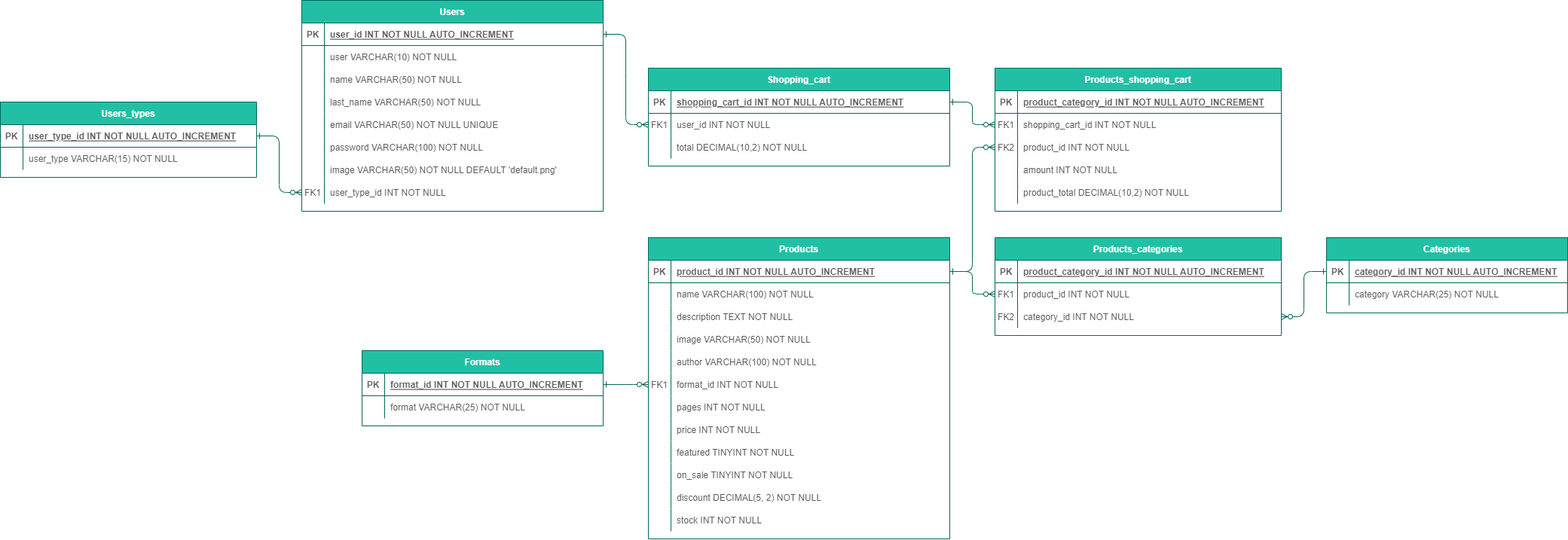
Before: database/ERDiagram.png, a diagram exported from draw.io (mariecp27/grupo_8_ComicVSManga). Source tidied: cells renumbered, new cells last; positions are measured from the earlier drawing's top-left corner, leaving out a move shared by most shapes.
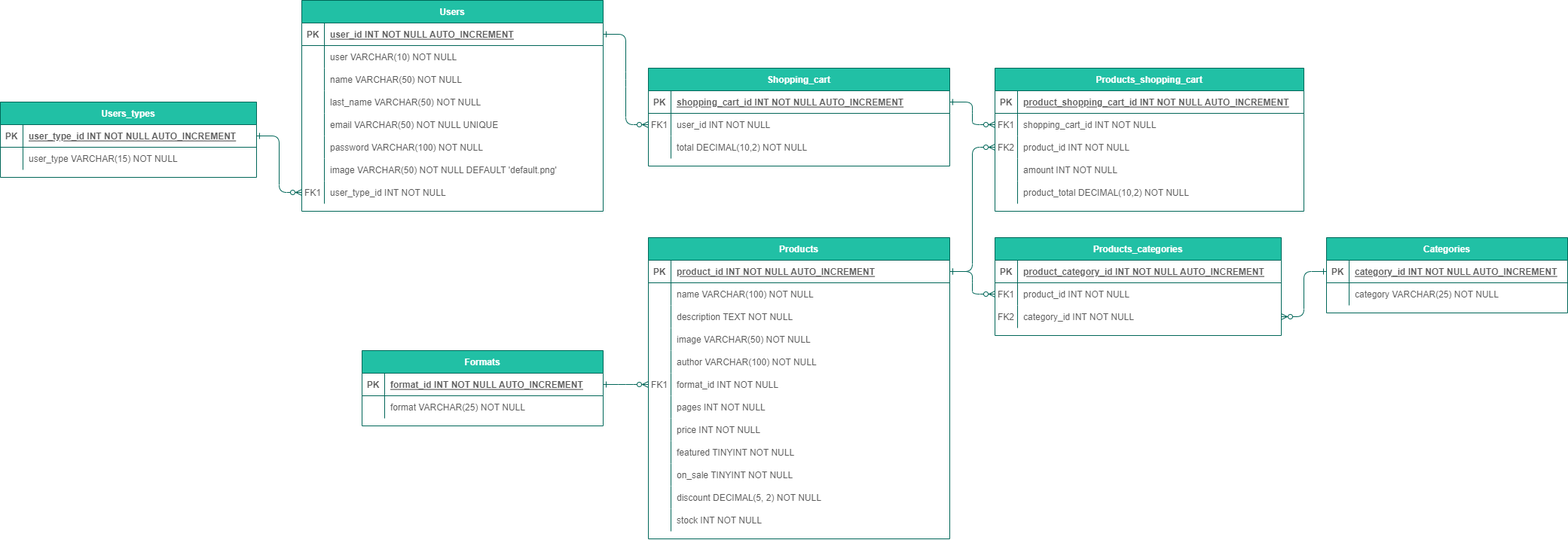
After the change.

Diff of the diagram source:
```diff
@@ -324,52 +324,52 @@
       <mxGeometry x="30" width="370" height="30" as="geometry" />
     </mxCell>
     <mxCell id="109" value="Products_shopping_cart" style="shape=table;startSize=30;rowLines=0;fontStyle=1;align=center;fillColor=#21C0A5;strokeColor=#006658;fontColor=#FFFFFF;" parent="1" vertex="1">
-      <mxGeometry x="1320" y="90" width="380" height="190" as="geometry" />
+      <mxGeometry x="1320" y="90" width="410" height="190" as="geometry" />
     </mxCell>
     <mxCell id="110" style="shape=partialRectangle;fillColor=none;top=0;left=0;right=0;bottom=1;strokeColor=#006658;fontColor=#5C5C5C;" parent="109" vertex="1">
-      <mxGeometry y="30" width="380" height="30" as="geometry" />
+      <mxGeometry y="30" width="410" height="30" as="geometry" />
     </mxCell>
     <mxCell id="111" value="PK" style="shape=partialRectangle;overflow=hidden;fillColor=none;top=0;left=0;bottom=0;right=0;fontStyle=1;strokeColor=#006658;fontColor=#5C5C5C;" parent="110" vertex="1">
       <mxGeometry width="30" height="30" as="geometry" />
     </mxCell>
-    <mxCell id="112" value="product_category_id INT NOT NULL AUTO_INCREMENT" style="shape=partialRectangle;overflow=hidden;fillColor=none;top=0;left=0;bottom=0;right=0;align=left;spacingLeft=6;fontStyle=5;strokeColor=#006658;fontColor=#5C5C5C;" parent="110" vertex="1">
-      <mxGeometry x="30" width="350" height="30" as="geometry" />
+    <mxCell id="112" value="product_shopping_cart_id INT NOT NULL AUTO_INCREMENT" style="shape=partialRectangle;overflow=hidden;fillColor=none;top=0;left=0;bottom=0;right=0;align=left;spacingLeft=6;fontStyle=5;strokeColor=#006658;fontColor=#5C5C5C;" parent="110" vertex="1">
+      <mxGeometry x="30" width="380" height="30" as="geometry" />
     </mxCell>
     <mxCell id="113" style="shape=partialRectangle;fillColor=none;points=[[0,0.5],[1,0.5]];portConstraint=eastwest;top=0;left=0;right=0;bottom=0;strokeColor=#006658;fontColor=#5C5C5C;" parent="109" vertex="1">
-      <mxGeometry y="60" width="380" height="30" as="geometry" />
+      <mxGeometry y="60" width="410" height="30" as="geometry" />
     </mxCell>
     <mxCell id="114" value="FK1" style="shape=partialRectangle;overflow=hidden;fillColor=none;top=0;left=0;bottom=0;right=0;strokeColor=#006658;fontColor=#5C5C5C;" parent="113" vertex="1">
       <mxGeometry width="30" height="30" as="geometry" />
     </mxCell>
     <mxCell id="115" value="shopping_cart_id INT NOT NULL" style="shape=partialRectangle;overflow=hidden;fillColor=none;top=0;left=0;bottom=0;right=0;align=left;spacingLeft=6;strokeColor=#006658;fontColor=#5C5C5C;" parent="113" vertex="1">
-      <mxGeometry x="30" width="350" height="30" as="geometry" />
+      <mxGeometry x="30" width="380" height="30" as="geometry" />
     </mxCell>
     <mxCell id="116" style="shape=partialRectangle;fillColor=none;points=[[0,0.5],[1,0.5]];portConstraint=eastwest;top=0;left=0;right=0;bottom=0;strokeColor=#006658;fontColor=#5C5C5C;" parent="109" vertex="1">
-      <mxGeometry y="90" width="380" height="30" as="geometry" />
+      <mxGeometry y="90" width="410" height="30" as="geometry" />
     </mxCell>
     <mxCell id="117" value="FK2" style="shape=partialRectangle;overflow=hidden;fillColor=none;top=0;left=0;bottom=0;right=0;strokeColor=#006658;fontColor=#5C5C5C;" parent="116" vertex="1">
       <mxGeometry width="30" height="30" as="geometry" />
     </mxCell>
     <mxCell id="118" value="product_id INT NOT NULL" style="shape=partialRectangle;overflow=hidden;fillColor=none;top=0;left=0;bottom=0;right=0;align=left;spacingLeft=6;strokeColor=#006658;fontColor=#5C5C5C;" parent="116" vertex="1">
-      <mxGeometry x="30" width="350" height="30" as="geometry" />
+      <mxGeometry x="30" width="380" height="30" as="geometry" />
     </mxCell>
     <mxCell id="119" style="shape=partialRectangle;fillColor=none;top=0;left=0;right=0;bottom=0;strokeColor=#006658;fontColor=#5C5C5C;" parent="109" vertex="1">
-      <mxGeometry y="120" width="380" height="30" as="geometry" />
+      <mxGeometry y="120" width="410" height="30" as="geometry" />
     </mxCell>
     <mxCell id="120" style="shape=partialRectangle;overflow=hidden;fillColor=none;top=0;left=0;bottom=0;right=0;strokeColor=#006658;fontColor=#5C5C5C;" parent="119" vertex="1">
       <mxGeometry width="30" height="30" as="geometry" />
     </mxCell>
     <mxCell id="121" value="amount INT NOT NULL" style="shape=partialRectangle;overflow=hidden;fillColor=none;top=0;left=0;bottom=0;right=0;align=left;spacingLeft=6;strokeColor=#006658;fontColor=#5C5C5C;" parent="119" vertex="1">
-      <mxGeometry x="30" width="350" height="30" as="geometry" />
+      <mxGeometry x="30" width="380" height="30" as="geometry" />
     </mxCell>
     <mxCell id="122" style="shape=partialRectangle;fillColor=none;top=0;left=0;right=0;bottom=0;strokeColor=#006658;fontColor=#5C5C5C;" parent="109" vertex="1">
-      <mxGeometry y="150" width="380" height="30" as="geometry" />
+      <mxGeometry y="150" width="410" height="30" as="geometry" />
     </mxCell>
     <mxCell id="123" style="shape=partialRectangle;overflow=hidden;fillColor=none;top=0;left=0;bottom=0;right=0;strokeColor=#006658;fontColor=#5C5C5C;" parent="122" vertex="1">
       <mxGeometry width="30" height="30" as="geometry" />
     </mxCell>
     <mxCell id="124" value="product_total DECIMAL(10,2) NOT NULL" style="shape=partialRectangle;overflow=hidden;fillColor=none;top=0;left=0;bottom=0;right=0;align=left;spacingLeft=6;strokeColor=#006658;fontColor=#5C5C5C;" parent="122" vertex="1">
-      <mxGeometry x="30" width="350" height="30" as="geometry" />
+      <mxGeometry x="30" width="380" height="30" as="geometry" />
     </mxCell>
     <mxCell id="125" style="edgeStyle=entityRelationEdgeStyle;endArrow=ERzeroToMany;startArrow=ERone;endFill=1;startFill=0;strokeColor=#006658;fontColor=#5C5C5C;exitX=1;exitY=0.5;exitDx=0;exitDy=0;entryX=0;entryY=0.5;entryDx=0;entryDy=0;" parent="1" edge="1" source="100" target="113">
       <mxGeometry relative="1" as="geometry" />
```
